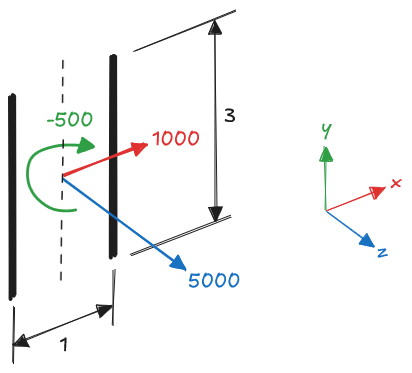
Above: assets/example-weld-analysis.excalidraw.png in robsiegwart/metk (Excalidraw), before the change. Source tidied: one line per element, renumbered; positions are measured from the earlier drawing's top-left corner, leaving out a move shared by most shapes.
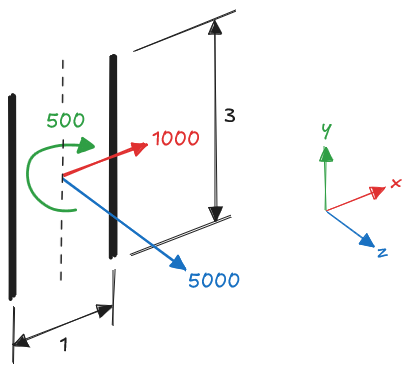
The same file after the commit.

Commit message:
Correct sign convention of M_y moment in example weld diagram

Change to the diagram source:
```diff
@@ -24,5 +24,5 @@
 {"id": 23, "type": "text", "text": "z", "strokeColor": "#1971c2", "strokeWidth": 1, "roughness": 1, "fontSize": 20, "fontFamily": 5, "x": 367, "y": 229, "width": 11, "height": 25}
 {"id": 24, "type": "text", "text": "1000", "strokeColor": "#e03131", "strokeWidth": 1, "roughness": 1, "fontSize": 20, "fontFamily": 5, "x": 142, "y": 117, "width": 48, "height": 25}
 {"id": 25, "type": "text", "text": "5000", "strokeColor": "#1971c2", "strokeWidth": 1, "roughness": 1, "fontSize": 20, "fontFamily": 5, "x": 178, "y": 259, "width": 52, "height": 25}
-{"id": 26, "type": "text", "text": "-500", "strokeColor": "#2f9e44", "strokeWidth": 1, "roughness": 1, "fontSize": 20, "fontFamily": 5, "x": 36, "y": 98, "width": 47, "height": 25}
+{"id": 26, "type": "text", "text": "500", "strokeColor": "#2f9e44", "strokeWidth": 1, "roughness": 1, "fontSize": 20, "fontFamily": 5, "x": 36, "y": 99, "width": 39, "height": 25}
 {"id": 27, "type": "freedraw", "strokeColor": "#2f9e44", "strokeWidth": 1, "roughness": 1, "x": 72, "y": 128, "width": 16, "height": 15, "points": [[0, 0], [5, 3], [11, 8], [11, 9], [9, 10], [3, 11], [0, 13], [-3, 14], [-4, 14], [-4, 14], [-4, 12], [-2, 6], [0, 1], [0, 0], [0, 1], [-1, 10], [-2, 10], [1, 4], [3, 3], [2, 9], [2, 8], [5, 5], [4, 8], [7, 7], [6, 8], [-1, 11], [0, 11], [9, 8]]}
```
